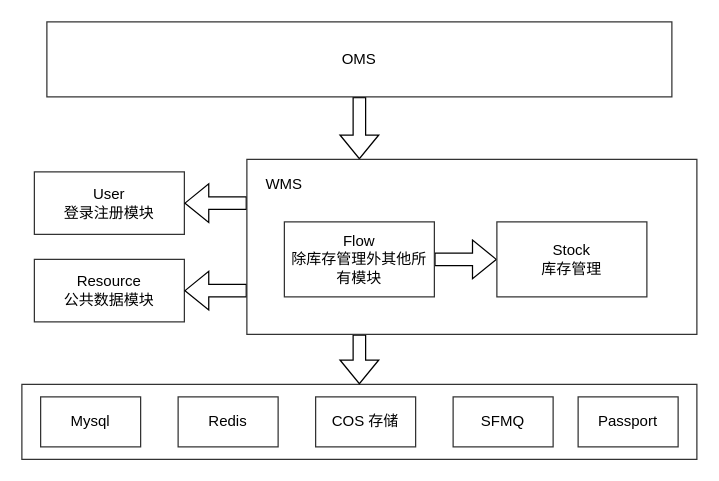
zhchenxin/flow keeps this draw.io diagram as page "第 5 页" (5 of 5) of wms 架构.drawio. Above is the earlier version. Source tidied: cells renumbered, new cells numbered last; positions are measured from the earlier drawing's top-left corner, leaving out a move shared by most shapes. Both pictures are drawn from the tidied source at 125%, with x=0, y=0 at pixel (21, 21).
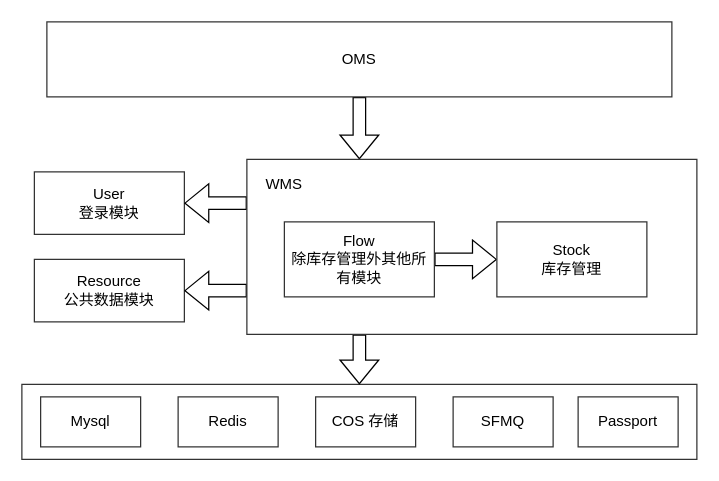
Above is the later version.

What changed in the source:
```diff
@@
 <mxGraphModel>
   <root>
     <mxCell id="0" />
     <mxCell id="1" parent="0" />
     <mxCell id="2" style="rounded=0;whiteSpace=wrap;html=1;shadow=0;strokeColor=#333333;fillColor=#FFFFFF;" parent="1" vertex="1">
       <mxGeometry y="290" width="540" height="60" as="geometry" />
     </mxCell>
-    <mxCell id="3" value="User&lt;br&gt;登录注册模块" style="rounded=0;whiteSpace=wrap;html=1;shadow=0;strokeColor=#333333;fillColor=#FFFFFF;" parent="1" vertex="1">
+    <mxCell id="3" value="User&lt;br&gt;登录模块" style="rounded=0;whiteSpace=wrap;html=1;shadow=0;strokeColor=#333333;fillColor=#FFFFFF;" parent="1" vertex="1">
       <mxGeometry x="10" y="120" width="120" height="50" as="geometry" />
     </mxCell>
     <mxCell id="4" value="Resource&lt;br&gt;公共数据模块" style="rounded=0;whiteSpace=wrap;html=1;shadow=0;strokeColor=#333333;fillColor=#FFFFFF;" parent="1" vertex="1">
       <mxGeometry x="10" y="190" width="120" height="50" as="geometry" />
     </mxCell>
     <mxCell id="5" style="edgeStyle=orthogonalEdgeStyle;shape=flexArrow;rounded=0;jettySize=auto;html=1;exitX=0.5;exitY=1;exitDx=0;exitDy=0;entryX=0.25;entryY=0;entryDx=0;entryDy=0;" parent="1" edge="1" source="6" target="15">
       <mxGeometry relative="1" as="geometry" />
     </mxCell>
     <mxCell id="6" value="OMS" style="rounded=0;whiteSpace=wrap;html=1;shadow=0;strokeColor=#333333;fillColor=#FFFFFF;" parent="1" vertex="1">
       <mxGeometry x="20" width="500" height="60" as="geometry" />
     </mxCell>
     <mxCell id="7" style="edgeStyle=orthogonalEdgeStyle;shape=flexArrow;rounded=0;jettySize=auto;html=1;exitX=0;exitY=0.75;exitDx=0;exitDy=0;entryX=1;entryY=0.5;entryDx=0;entryDy=0;" parent="1" edge="1" source="15" target="4">
       <mxGeometry relative="1" as="geometry" />
     </mxCell>
     <mxCell id="8" style="edgeStyle=orthogonalEdgeStyle;shape=flexArrow;rounded=0;jettySize=auto;html=1;exitX=0;exitY=0.25;exitDx=0;exitDy=0;entryX=1;entryY=0.5;entryDx=0;entryDy=0;" parent="1" edge="1" source="15" target="3">
       <mxGeometry relative="1" as="geometry" />
     </mxCell>
     <mxCell id="9" value="Mysql" style="rounded=0;whiteSpace=wrap;html=1;shadow=0;strokeColor=#333333;fillColor=#FFFFFF;" parent="1" vertex="1">
       <mxGeometry x="15" y="300" width="80" height="40" as="geometry" />
     </mxCell>
     <mxCell id="10" value="Redis" style="rounded=0;whiteSpace=wrap;html=1;shadow=0;strokeColor=#333333;fillColor=#FFFFFF;" parent="1" vertex="1">
       <mxGeometry x="125" y="300" width="80" height="40" as="geometry" />
     </mxCell>
     <mxCell id="11" value="Passport" style="rounded=0;whiteSpace=wrap;html=1;shadow=0;strokeColor=#333333;fillColor=#FFFFFF;" parent="1" vertex="1">
       <mxGeometry x="445" y="300" width="80" height="40" as="geometry" />
     </mxCell>
     <mxCell id="12" value="SFMQ" style="rounded=0;whiteSpace=wrap;html=1;shadow=0;strokeColor=#333333;fillColor=#FFFFFF;" parent="1" vertex="1">
       <mxGeometry x="345" y="300" width="80" height="40" as="geometry" />
     </mxCell>
     <mxCell id="13" value="COS 存储" style="rounded=0;whiteSpace=wrap;html=1;shadow=0;strokeColor=#333333;fillColor=#FFFFFF;" parent="1" vertex="1">
       <mxGeometry x="235" y="300" width="80" height="40" as="geometry" />
     </mxCell>
     <mxCell id="14" style="edgeStyle=orthogonalEdgeStyle;shape=flexArrow;rounded=0;jettySize=auto;html=1;exitX=0.25;exitY=1;exitDx=0;exitDy=0;entryX=0.5;entryY=0;entryDx=0;entryDy=0;" parent="1" edge="1" source="15" target="2">
       <mxGeometry relative="1" as="geometry" />
     </mxCell>
     <mxCell id="15" style="rounded=0;whiteSpace=wrap;html=1;shadow=0;strokeColor=#333333;fillColor=#FFFFFF;" parent="1" vertex="1">
       <mxGeometry x="180" y="110" width="360" height="140" as="geometry" />
     </mxCell>
     <mxCell id="16" value="WMS" style="text;html=1;strokeColor=none;fillColor=none;align=center;verticalAlign=middle;whiteSpace=wrap;rounded=0;shadow=0;" parent="1" vertex="1">
       <mxGeometry x="190" y="120" width="40" height="20" as="geometry" />
     </mxCell>
     <mxCell id="17" style="edgeStyle=orthogonalEdgeStyle;shape=flexArrow;rounded=0;jettySize=auto;html=1;exitX=1;exitY=0.5;exitDx=0;exitDy=0;entryX=0;entryY=0.5;entryDx=0;entryDy=0;" parent="1" edge="1" source="18" target="19">
       <mxGeometry relative="1" as="geometry" />
     </mxCell>
     <mxCell id="18" value="Flow&lt;br&gt;除库存管理外其他所有模块" style="rounded=0;whiteSpace=wrap;html=1;shadow=0;strokeColor=#333333;fillColor=#FFFFFF;" parent="1" vertex="1">
       <mxGeometry x="210" y="160" width="120" height="60" as="geometry" />
     </mxCell>
     <mxCell id="19" value="Stock&lt;br&gt;库存管理" style="rounded=0;whiteSpace=wrap;html=1;shadow=0;strokeColor=#333333;fillColor=#FFFFFF;" parent="1" vertex="1">
       <mxGeometry x="380" y="160" width="120" height="60" as="geometry" />
     </mxCell>
   </root>
 </mxGraphModel>
```
